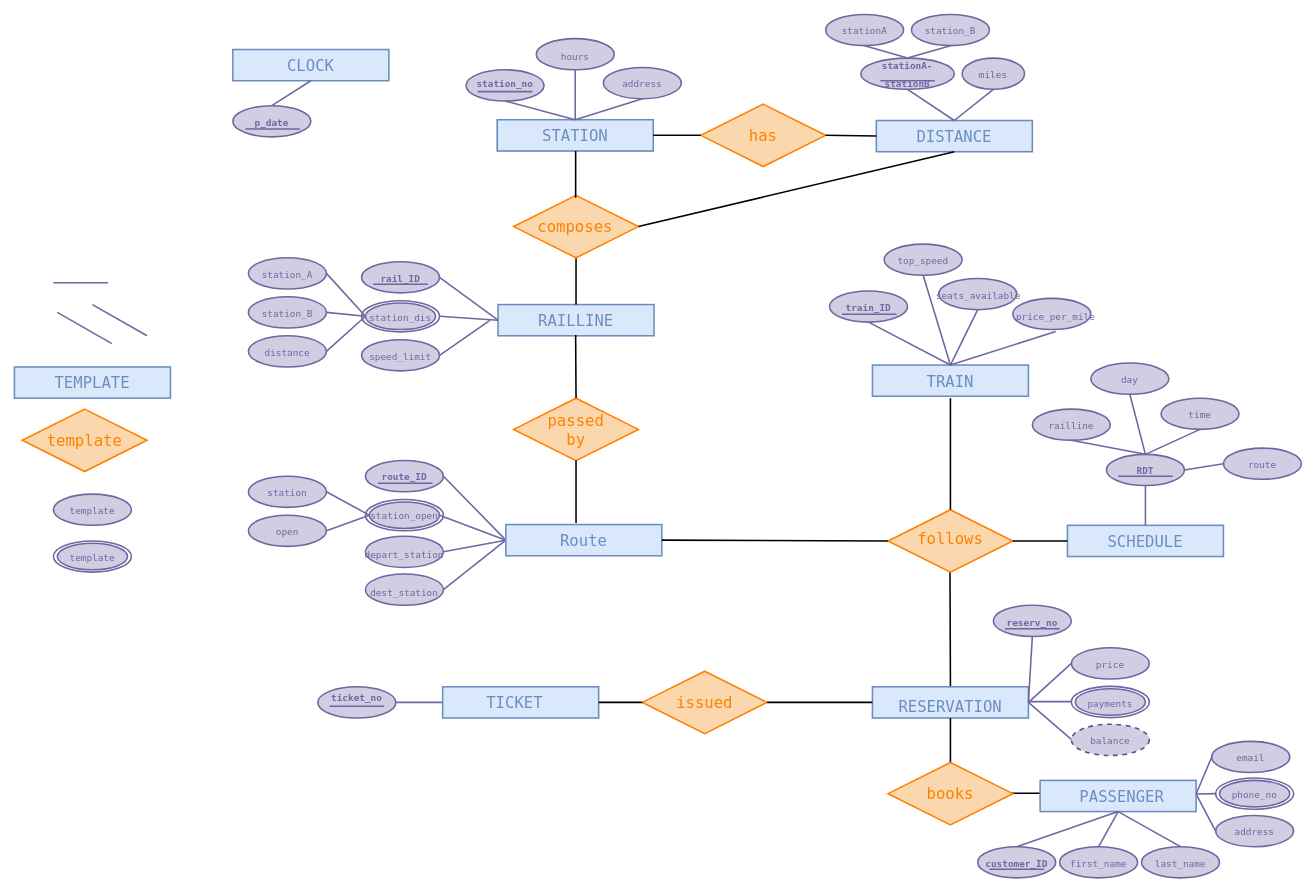
Before: CostaExpress.drawio in anamok/TrainsDatabase, a draw.io diagram. Source tidied: cells renumbered, new cells numbered last; positions are measured from the earlier drawing's top-left corner, leaving out a move shared by most shapes. Both pictures are drawn from the tidied source at 78%, with x=0, y=0 at pixel (14, 14).
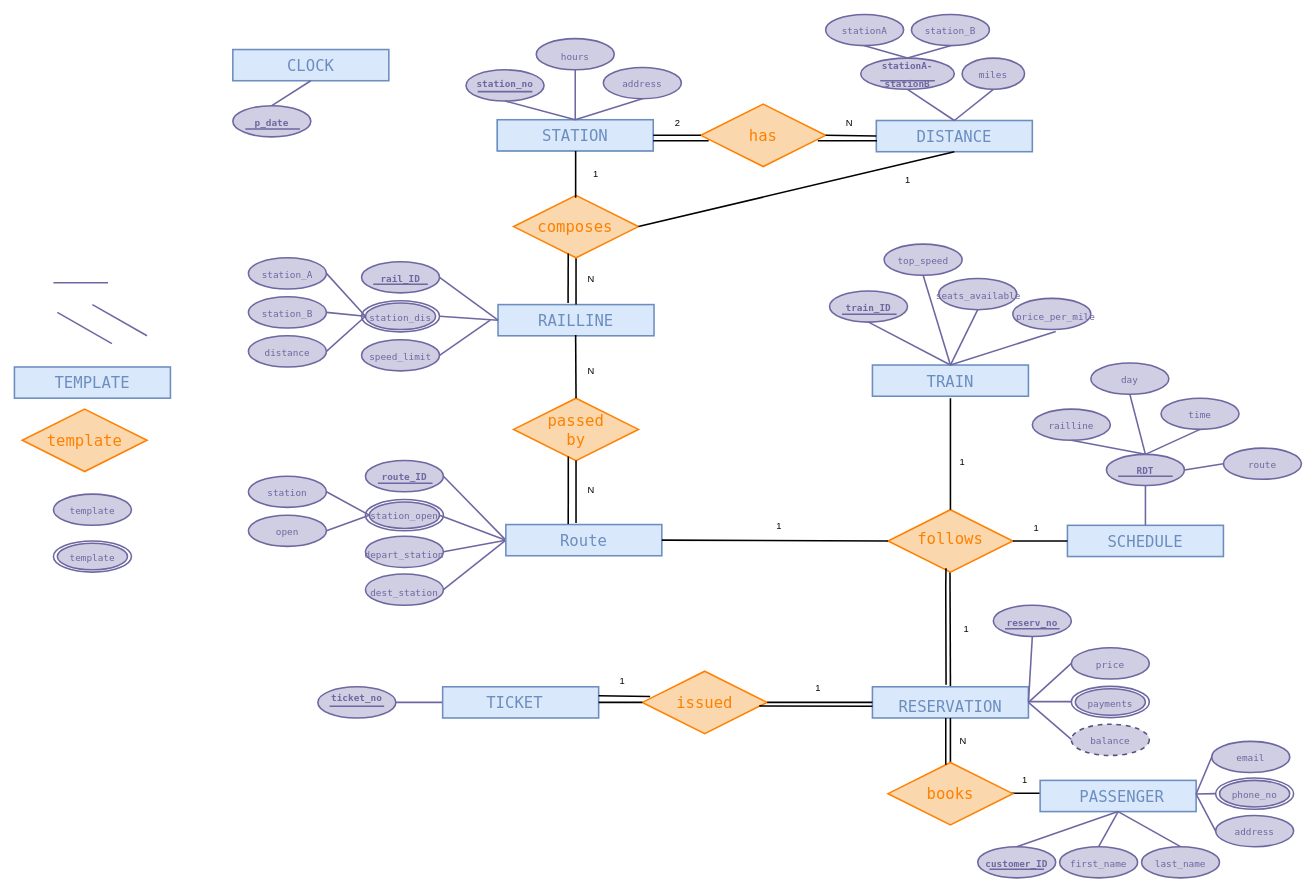
After the change.

Commit message:
added participation and cardinality

Unchanged cells that the change refers to:
```xml
<mxCell id="10" style="rounded=0;whiteSpace=wrap;html=1;fillColor=#dae8fc;strokeColor=#6c8ebf;strokeWidth=2;" parent="9" vertex="1">
  <mxGeometry width="200" height="40" as="geometry" />
</mxCell>
<mxCell id="13" style="rounded=0;whiteSpace=wrap;html=1;fillColor=#dae8fc;strokeColor=#6c8ebf;strokeWidth=2;" parent="12" vertex="1">
  <mxGeometry width="200" height="40" as="geometry" />
</mxCell>
<mxCell id="115" style="rounded=0;whiteSpace=wrap;html=1;fillColor=#dae8fc;strokeColor=#6c8ebf;strokeWidth=2;" parent="1" vertex="1">
  <mxGeometry x="1100" y="862" width="200" height="40" as="geometry" />
</mxCell>
<mxCell id="195" value="&lt;font color=&quot;#ff8000&quot;&gt;&lt;span&gt;issued&lt;br&gt;&lt;/span&gt;&lt;/font&gt;" style="text;html=1;strokeColor=none;fillColor=none;align=center;verticalAlign=middle;whiteSpace=wrap;rounded=0;fontFamily=Lucida Console;fontSize=20;fontColor=#6C8EBF;" parent="1" vertex="1">
  <mxGeometry x="815" y="867" width="140" height="30" as="geometry" />
</mxCell>
```

What changed in the source:
```diff
@@
+    <mxCell id="202" value="2" style="text;html=1;align=center;verticalAlign=middle;fillColor=none;strokeColor=none;rounded=0;" parent="1" vertex="1">
+      <mxGeometry x="840" y="129" width="20" height="20" as="geometry" />
+    </mxCell>
+    <mxCell id="203" value="N" style="text;html=1;align=center;verticalAlign=middle;fillColor=none;strokeColor=none;rounded=0;" parent="1" vertex="1">
+      <mxGeometry x="1060" y="129" width="20" height="20" as="geometry" />
+    </mxCell>
+    <mxCell id="204" style="endArrow=none;html=1;rounded=0;fontFamily=Lucida Console;fontSize=20;fontColor=#FF8000;exitX=1;exitY=0.5;exitDx=0;exitDy=0;strokeWidth=2;" parent="1" edge="1">
+      <mxGeometry relative="1" as="geometry">
+        <mxPoint x="819" y="162" as="sourcePoint" />
+        <mxPoint x="890" y="162" as="targetPoint" />
+      </mxGeometry>
+    </mxCell>
+    <mxCell id="205" style="endArrow=none;html=1;rounded=0;fontFamily=Lucida Console;fontSize=20;fontColor=#FF8000;exitX=1;exitY=0.5;exitDx=0;exitDy=0;strokeWidth=2;entryX=0.004;entryY=0.65;entryDx=0;entryDy=0;entryPerimeter=0;" parent="1" edge="1" target="10">
+      <mxGeometry relative="1" as="geometry">
+        <mxPoint x="1030" y="162" as="sourcePoint" />
+      </mxGeometry>
+    </mxCell>
+    <mxCell id="206" value="N" style="text;html=1;align=center;verticalAlign=middle;fillColor=none;strokeColor=none;rounded=0;" parent="1" vertex="1">
+      <mxGeometry x="729" y="329" width="20" height="20" as="geometry" />
+    </mxCell>
+    <mxCell id="207" value="1" style="text;html=1;align=center;verticalAlign=middle;fillColor=none;strokeColor=none;rounded=0;" parent="1" vertex="1">
+      <mxGeometry x="735" y="195" width="20" height="20" as="geometry" />
+    </mxCell>
+    <mxCell id="208" value="1" style="text;html=1;align=center;verticalAlign=middle;fillColor=none;strokeColor=none;rounded=0;" parent="1" vertex="1">
+      <mxGeometry x="1135" y="202" width="20" height="20" as="geometry" />
+    </mxCell>
+    <mxCell id="209" style="endArrow=none;html=1;rounded=0;fontFamily=Lucida Console;fontSize=20;fontColor=#FF8000;strokeColor=#000000;entryX=0.5;entryY=1;entryDx=0;entryDy=0;strokeWidth=2;exitX=0.449;exitY=-0.05;exitDx=0;exitDy=0;exitPerimeter=0;" parent="1" edge="1" source="13">
+      <mxGeometry relative="1" as="geometry">
+        <mxPoint x="710" y="306.5" as="targetPoint" />
+      </mxGeometry>
+    </mxCell>
+    <mxCell id="210" value="N" style="text;html=1;align=center;verticalAlign=middle;fillColor=none;strokeColor=none;rounded=0;" parent="1" vertex="1">
+      <mxGeometry x="729" y="447" width="20" height="20" as="geometry" />
+    </mxCell>
+    <mxCell id="211" value="N" style="text;html=1;align=center;verticalAlign=middle;fillColor=none;strokeColor=none;rounded=0;" parent="1" vertex="1">
+      <mxGeometry x="729" y="600" width="20" height="20" as="geometry" />
+    </mxCell>
+    <mxCell id="212" style="endArrow=none;html=1;rounded=0;fontFamily=Lucida Console;fontSize=20;fontColor=#FF8000;entryX=0.5;entryY=1;entryDx=0;entryDy=0;strokeColor=#000000;strokeWidth=2;exitX=0.437;exitY=0.068;exitDx=0;exitDy=0;exitPerimeter=0;" parent="1" edge="1">
+      <mxGeometry relative="1" as="geometry">
+        <mxPoint x="710" y="653.2" as="sourcePoint" />
+        <mxPoint x="710.1" y="566.8" as="targetPoint" />
+      </mxGeometry>
+    </mxCell>
+    <mxCell id="213" style="endArrow=none;html=1;rounded=0;fontFamily=Lucida Console;fontSize=20;fontColor=#FF8000;strokeColor=#000000;strokeWidth=2;exitX=0;exitY=0.25;exitDx=0;exitDy=0;" parent="1" edge="1" source="195">
+      <mxGeometry relative="1" as="geometry">
+        <mxPoint x="749" y="873.5" as="targetPoint" />
+      </mxGeometry>
+    </mxCell>
+    <mxCell id="214" value="1" style="text;html=1;align=center;verticalAlign=middle;fillColor=none;strokeColor=none;rounded=0;" parent="1" vertex="1">
+      <mxGeometry x="769" y="844.5" width="20" height="20" as="geometry" />
+    </mxCell>
+    <mxCell id="215" value="1" style="text;html=1;align=center;verticalAlign=middle;fillColor=none;strokeColor=none;rounded=0;" parent="1" vertex="1">
+      <mxGeometry x="1020" y="853.5" width="20" height="20" as="geometry" />
+    </mxCell>
+    <mxCell id="216" style="endArrow=none;html=1;rounded=0;fontFamily=Lucida Console;fontSize=20;fontColor=#FF8000;strokeColor=#000000;strokeWidth=2;" parent="1" edge="1">
+      <mxGeometry relative="1" as="geometry">
+        <mxPoint x="1100" y="887" as="sourcePoint" />
+        <mxPoint x="955" y="886.5" as="targetPoint" />
+      </mxGeometry>
+    </mxCell>
+    <mxCell id="217" style="endArrow=none;html=1;rounded=0;fontFamily=Lucida Console;fontSize=20;fontColor=#FF8000;strokeColor=#000000;strokeWidth=2;" parent="1" edge="1">
+      <mxGeometry relative="1" as="geometry">
+        <mxPoint x="1194" y="962" as="sourcePoint" />
+        <mxPoint x="1194" y="902" as="targetPoint" />
+      </mxGeometry>
+    </mxCell>
+    <mxCell id="218" value="N" style="text;html=1;align=center;verticalAlign=middle;fillColor=none;strokeColor=none;rounded=0;" parent="1" vertex="1">
+      <mxGeometry x="1206" y="922" width="20" height="20" as="geometry" />
+    </mxCell>
+    <mxCell id="219" value="1" style="text;html=1;align=center;verticalAlign=middle;fillColor=none;strokeColor=none;rounded=0;" parent="1" vertex="1">
+      <mxGeometry x="1285" y="972" width="20" height="20" as="geometry" />
+    </mxCell>
+    <mxCell id="220" value="1" style="text;html=1;align=center;verticalAlign=middle;fillColor=none;strokeColor=none;rounded=0;" parent="1" vertex="1">
+      <mxGeometry x="1210" y="777.5" width="20" height="20" as="geometry" />
+    </mxCell>
+    <mxCell id="221" style="endArrow=none;html=1;rounded=0;fontFamily=Lucida Console;fontSize=20;fontColor=#FF8000;entryX=0.5;entryY=1;entryDx=0;entryDy=0;strokeColor=#000000;strokeWidth=2;exitX=0.472;exitY=-0.065;exitDx=0;exitDy=0;exitPerimeter=0;" parent="1" edge="1" source="115">
+      <mxGeometry relative="1" as="geometry">
+        <mxPoint x="1194.3" y="710" as="targetPoint" />
+        <Array as="points">
+          <mxPoint x="1194" y="732" />
+        </Array>
+      </mxGeometry>
+    </mxCell>
+    <mxCell id="222" value="1" style="text;html=1;align=center;verticalAlign=middle;fillColor=none;strokeColor=none;rounded=0;" parent="1" vertex="1">
+      <mxGeometry x="970" y="646" width="20" height="20" as="geometry" />
+    </mxCell>
+    <mxCell id="223" value="1" style="text;html=1;align=center;verticalAlign=middle;fillColor=none;strokeColor=none;rounded=0;" parent="1" vertex="1">
+      <mxGeometry x="1205" y="564" width="20" height="20" as="geometry" />
+    </mxCell>
+    <mxCell id="224" value="1" style="text;html=1;align=center;verticalAlign=middle;fillColor=none;strokeColor=none;rounded=0;" parent="1" vertex="1">
+      <mxGeometry x="1300" y="649" width="20" height="20" as="geometry" />
+    </mxCell>
```
